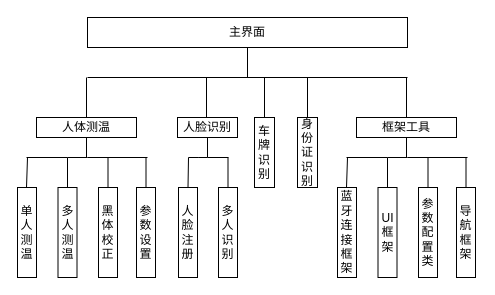
The draw.io diagram 智能头盔软件模块框架图.drawio in ColonelDarcy2018/excelsior, before the edit. Source tidied: cells renumbered, new cells numbered last; positions are measured from the earlier drawing's top-left corner, leaving out a move shared by most shapes. Both pictures are drawn from the tidied source at 100%, with x=0, y=0 at pixel (17, 17).
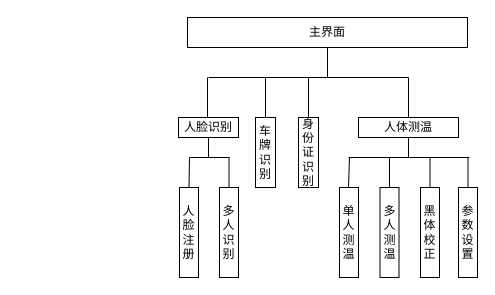
The same diagram, later.

Commit message (it also covers changes not shown here):
Update 智能头盔软件模块框架图.drawio

The edit, as a diff of the source:
```diff
@@
     <mxCell id="2" value="主界面" style="rounded=0;whiteSpace=wrap;html=1;" parent="1" vertex="1">
-      <mxGeometry x="70" width="320" height="30" as="geometry" />
+      <mxGeometry x="170" width="280" height="30" as="geometry" />
     </mxCell>
     <mxCell id="3" style="endArrow=none;html=1;entryX=0.5;entryY=1;entryDx=0;entryDy=0;" parent="1" edge="1" target="2">
       <mxGeometry relative="1" as="geometry">
-        <mxPoint x="230" y="60" as="sourcePoint" />
+        <mxPoint x="310" y="60" as="sourcePoint" />
       </mxGeometry>
     </mxCell>
     <mxCell id="4" style="endArrow=none;html=1;" parent="1" edge="1">
       <mxGeometry relative="1" as="geometry">
-        <mxPoint x="70" y="60" as="sourcePoint" />
-        <mxPoint x="390" y="60" as="targetPoint" />
+        <mxPoint x="191" y="60" as="sourcePoint" />
+        <mxPoint x="391" y="60" as="targetPoint" />
       </mxGeometry>
     </mxCell>
     <mxCell id="5" style="endArrow=none;html=1;" parent="1" edge="1">
       <mxGeometry relative="1" as="geometry">
-        <mxPoint x="69" y="100" as="sourcePoint" />
-        <mxPoint x="69" y="60" as="targetPoint" />
+        <mxPoint x="391" y="100" as="sourcePoint" />
+        <mxPoint x="391" y="60" as="targetPoint" />
       </mxGeometry>
     </mxCell>
     <mxCell id="6" value="人体测温" style="rounded=0;whiteSpace=wrap;html=1;" parent="1" vertex="1">
-      <mxGeometry x="19" y="100" width="100" height="20" as="geometry" />
+      <mxGeometry x="341" y="100" width="100" height="20" as="geometry" />
     </mxCell>
     <mxCell id="7" value="单人测温" style="rounded=0;whiteSpace=wrap;html=1;" parent="1" vertex="1">
-      <mxGeometry y="170" width="19" height="90" as="geometry" />
+      <mxGeometry x="322" y="170" width="19" height="90" as="geometry" />
     </mxCell>
     <mxCell id="8" style="endArrow=none;html=1;entryX=0.5;entryY=1;entryDx=0;entryDy=0;" parent="1" edge="1" target="6">
       <mxGeometry relative="1" as="geometry">
-        <mxPoint x="69" y="140" as="sourcePoint" />
+        <mxPoint x="391" y="140" as="sourcePoint" />
       </mxGeometry>
     </mxCell>
     <mxCell id="9" style="endArrow=none;html=1;" parent="1" edge="1">
       <mxGeometry relative="1" as="geometry">
-        <mxPoint x="9" y="140" as="sourcePoint" />
-        <mxPoint x="130" y="140" as="targetPoint" />
+        <mxPoint x="331" y="140" as="sourcePoint" />
+        <mxPoint x="452" y="140" as="targetPoint" />
         <Array as="points">
-          <mxPoint x="60" y="140" />
+          <mxPoint x="382" y="140" />
         </Array>
       </mxGeometry>
     </mxCell>
     <mxCell id="10" style="endArrow=none;html=1;" parent="1" edge="1">
       <mxGeometry relative="1" as="geometry">
-        <mxPoint x="9" y="170" as="sourcePoint" />
-        <mxPoint x="10" y="140" as="targetPoint" />
+        <mxPoint x="331" y="170" as="sourcePoint" />
+        <mxPoint x="332" y="140" as="targetPoint" />
       </mxGeometry>
     </mxCell>
     <mxCell id="11" value="多人测温" style="rounded=0;whiteSpace=wrap;html=1;" parent="1" vertex="1">
-      <mxGeometry x="40.5" y="170" width="19" height="90" as="geometry" />
+      <mxGeometry x="362.5" y="170" width="19" height="90" as="geometry" />
     </mxCell>
     <mxCell id="12" style="endArrow=none;html=1;exitX=0.5;exitY=0;exitDx=0;exitDy=0;" parent="1" edge="1" source="11">
       <mxGeometry relative="1" as="geometry">
-        <mxPoint x="50" y="140" as="targetPoint" />
+        <mxPoint x="372" y="140" as="targetPoint" />
       </mxGeometry>
     </mxCell>
     <mxCell id="13" value="黑体校正" style="rounded=0;whiteSpace=wrap;html=1;" parent="1" vertex="1">
-      <mxGeometry x="81" y="170" width="19" height="90" as="geometry" />
+      <mxGeometry x="403" y="170" width="19" height="90" as="geometry" />
     </mxCell>
     <mxCell id="14" style="endArrow=none;html=1;exitX=0.5;exitY=0;exitDx=0;exitDy=0;" parent="1" edge="1" source="13">
       <mxGeometry relative="1" as="geometry">
-        <mxPoint x="90.5" y="140" as="targetPoint" />
+        <mxPoint x="412.5" y="140" as="targetPoint" />
       </mxGeometry>
     </mxCell>
     <mxCell id="15" value="参数设置" style="rounded=0;whiteSpace=wrap;html=1;" parent="1" vertex="1">
-      <mxGeometry x="119" y="170" width="19" height="90" as="geometry" />
+      <mxGeometry x="441" y="170" width="19" height="90" as="geometry" />
     </mxCell>
     <mxCell id="16" style="endArrow=none;html=1;exitX=0.5;exitY=0;exitDx=0;exitDy=0;" parent="1" edge="1" source="15">
       <mxGeometry relative="1" as="geometry">
-        <mxPoint x="128.5" y="140" as="targetPoint" />
+        <mxPoint x="450.5" y="140" as="targetPoint" />
       </mxGeometry>
     </mxCell>
     <mxCell id="17" style="endArrow=none;html=1;" parent="1" edge="1">
       <mxGeometry relative="1" as="geometry">
-        <mxPoint x="189" y="100" as="sourcePoint" />
-        <mxPoint x="189" y="60" as="targetPoint" />
+        <mxPoint x="190" y="100" as="sourcePoint" />
+        <mxPoint x="190" y="60" as="targetPoint" />
       </mxGeometry>
     </mxCell>
     <mxCell id="18" value="人脸识别" style="rounded=0;whiteSpace=wrap;html=1;" parent="1" vertex="1">
-      <mxGeometry x="160" y="100" width="60" height="20" as="geometry" />
+      <mxGeometry x="161" y="100" width="60" height="20" as="geometry" />
     </mxCell>
     <mxCell id="19" value="人脸注册" style="rounded=0;whiteSpace=wrap;html=1;" parent="1" vertex="1">
-      <mxGeometry x="161" y="170" width="19" height="90" as="geometry" />
+      <mxGeometry x="162" y="170" width="19" height="90" as="geometry" />
     </mxCell>
     <mxCell id="20" style="endArrow=none;html=1;entryX=0.5;entryY=1;entryDx=0;entryDy=0;" parent="1" edge="1" target="18">
       <mxGeometry relative="1" as="geometry">
-        <mxPoint x="190" y="140" as="sourcePoint" />
+        <mxPoint x="191" y="140" as="sourcePoint" />
       </mxGeometry>
     </mxCell>
     <mxCell id="21" style="endArrow=none;html=1;" parent="1" edge="1">
       <mxGeometry relative="1" as="geometry">
-        <mxPoint x="171" y="140" as="sourcePoint" />
-        <mxPoint x="211" y="140" as="targetPoint" />
+        <mxPoint x="172" y="140" as="sourcePoint" />
+        <mxPoint x="212" y="140" as="targetPoint" />
         <Array as="points">
-          <mxPoint x="180" y="140" />
+          <mxPoint x="181" y="140" />
         </Array>
       </mxGeometry>
     </mxCell>
     <mxCell id="22" value="多人识别" style="rounded=0;whiteSpace=wrap;html=1;" parent="1" vertex="1">
-      <mxGeometry x="201" y="170" width="19" height="90" as="geometry" />
+      <mxGeometry x="202" y="170" width="19" height="90" as="geometry" />
     </mxCell>
     <mxCell id="23" style="endArrow=none;html=1;exitX=0.5;exitY=0;exitDx=0;exitDy=0;" parent="1" edge="1" source="22">
       <mxGeometry relative="1" as="geometry">
-        <mxPoint x="210.5" y="140" as="targetPoint" />
+        <mxPoint x="211.5" y="140" as="targetPoint" />
       </mxGeometry>
     </mxCell>
     <mxCell id="24" style="endArrow=none;html=1;exitX=0.5;exitY=0;exitDx=0;exitDy=0;" parent="1" edge="1" source="19">
       <mxGeometry relative="1" as="geometry">
-        <mxPoint x="171" y="140" as="targetPoint" />
+        <mxPoint x="172" y="140" as="targetPoint" />
       </mxGeometry>
     </mxCell>
     <mxCell id="25" style="endArrow=none;html=1;" parent="1" edge="1">
       <mxGeometry relative="1" as="geometry">
-        <mxPoint x="247" y="100" as="sourcePoint" />
-        <mxPoint x="247" y="60" as="targetPoint" />
+        <mxPoint x="248" y="100" as="sourcePoint" />
+        <mxPoint x="248" y="60" as="targetPoint" />
       </mxGeometry>
     </mxCell>
     <mxCell id="26" value="车牌识别" style="rounded=0;whiteSpace=wrap;html=1;" parent="1" vertex="1">
-      <mxGeometry x="237" y="100" width="20" height="70" as="geometry" />
+      <mxGeometry x="238" y="100" width="20" height="70" as="geometry" />
     </mxCell>
-    <mxCell id="27" style="endArrow=none;html=1;" parent="1" edge="1">
-      <mxGeometry relative="1" as="geometry">
-        <mxPoint x="389" y="100" as="sourcePoint" />
-        <mxPoint x="389" y="60" as="targetPoint" />
-      </mxGeometry>
-    </mxCell>
-    <mxCell id="28" value="框架工具" style="rounded=0;whiteSpace=wrap;html=1;" parent="1" vertex="1">
-      <mxGeometry x="339" y="100" width="100" height="20" as="geometry" />
-    </mxCell>
-    <mxCell id="29" value="蓝牙连接框架" style="rounded=0;whiteSpace=wrap;html=1;" parent="1" vertex="1">
-      <mxGeometry x="320" y="170" width="19" height="90" as="geometry" />
-    </mxCell>
-    <mxCell id="30" style="endArrow=none;html=1;entryX=0.5;entryY=1;entryDx=0;entryDy=0;" parent="1" edge="1" target="28">
-      <mxGeometry relative="1" as="geometry">
-        <mxPoint x="389" y="140" as="sourcePoint" />
-      </mxGeometry>
-    </mxCell>
-    <mxCell id="31" style="endArrow=none;html=1;" parent="1" edge="1">
-      <mxGeometry relative="1" as="geometry">
-        <mxPoint x="329" y="140" as="sourcePoint" />
-        <mxPoint x="450" y="140" as="targetPoint" />
-        <Array as="points">
-          <mxPoint x="380" y="140" />
-        </Array>
-      </mxGeometry>
-    </mxCell>
-    <mxCell id="32" style="endArrow=none;html=1;" parent="1" edge="1">
-      <mxGeometry relative="1" as="geometry">
-        <mxPoint x="329" y="170" as="sourcePoint" />
-        <mxPoint x="330" y="140" as="targetPoint" />
-      </mxGeometry>
-    </mxCell>
-    <mxCell id="33" value="UI框架" style="rounded=0;whiteSpace=wrap;html=1;" parent="1" vertex="1">
-      <mxGeometry x="360.5" y="170" width="19" height="90" as="geometry" />
-    </mxCell>
-    <mxCell id="34" style="endArrow=none;html=1;exitX=0.5;exitY=0;exitDx=0;exitDy=0;" parent="1" edge="1" source="33">
-      <mxGeometry relative="1" as="geometry">
-        <mxPoint x="370" y="140" as="targetPoint" />
-      </mxGeometry>
-    </mxCell>
-    <mxCell id="35" value="参数配置类" style="rounded=0;whiteSpace=wrap;html=1;" parent="1" vertex="1">
-      <mxGeometry x="401" y="170" width="19" height="90" as="geometry" />
-    </mxCell>
-    <mxCell id="36" style="endArrow=none;html=1;exitX=0.5;exitY=0;exitDx=0;exitDy=0;" parent="1" edge="1" source="35">
-      <mxGeometry relative="1" as="geometry">
-        <mxPoint x="410.5" y="140" as="targetPoint" />
-      </mxGeometry>
-    </mxCell>
-    <mxCell id="37" value="导航框架" style="rounded=0;whiteSpace=wrap;html=1;" parent="1" vertex="1">
-      <mxGeometry x="439" y="170" width="19" height="90" as="geometry" />
-    </mxCell>
-    <mxCell id="38" style="endArrow=none;html=1;exitX=0.5;exitY=0;exitDx=0;exitDy=0;" parent="1" edge="1" source="37">
-      <mxGeometry relative="1" as="geometry">
-        <mxPoint x="448.5" y="140" as="targetPoint" />
-      </mxGeometry>
-    </mxCell>
     <mxCell id="39" style="endArrow=none;html=1;" parent="1" edge="1">
       <mxGeometry relative="1" as="geometry">
-        <mxPoint x="290" y="100" as="sourcePoint" />
-        <mxPoint x="290" y="60" as="targetPoint" />
+        <mxPoint x="291" y="100" as="sourcePoint" />
+        <mxPoint x="291" y="60" as="targetPoint" />
       </mxGeometry>
     </mxCell>
     <mxCell id="40" value="身份证识别" style="rounded=0;whiteSpace=wrap;html=1;" parent="1" vertex="1">
-      <mxGeometry x="280" y="100" width="20" height="70" as="geometry" />
+      <mxGeometry x="281" y="100" width="20" height="70" as="geometry" />
     </mxCell>
```
